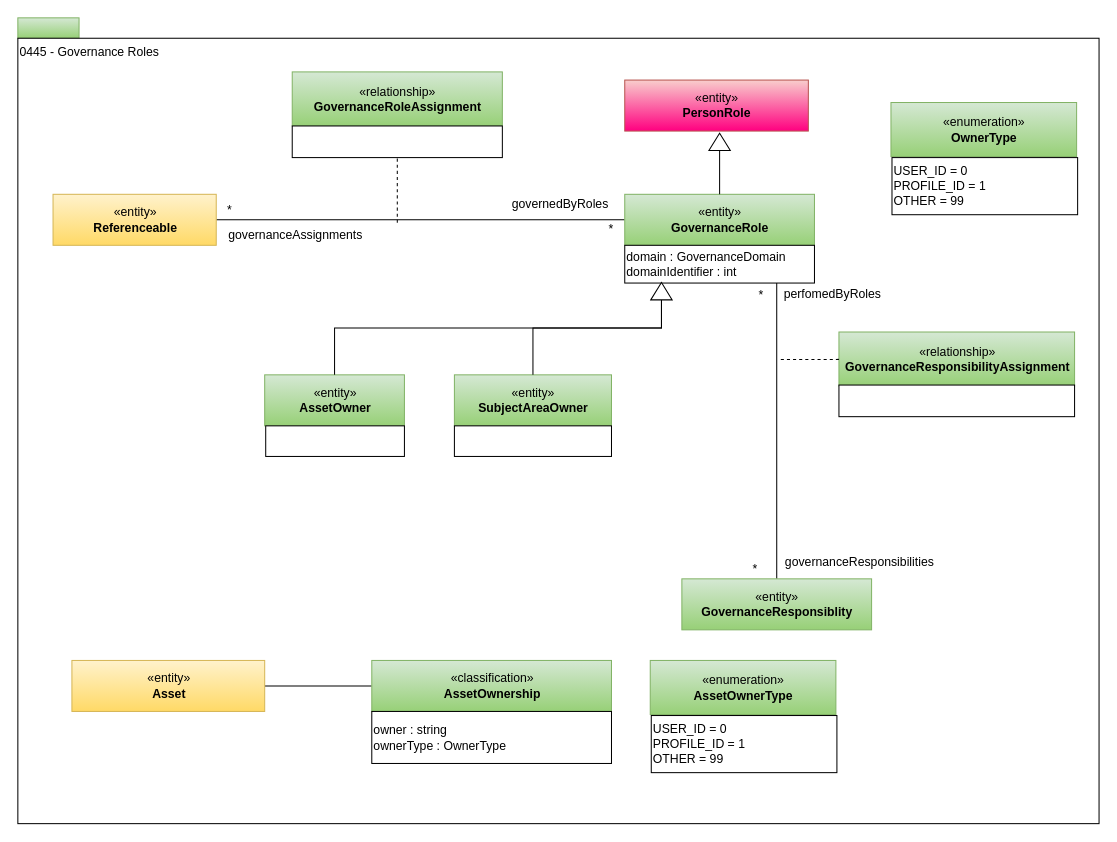
Earlier version of the draw.io diagram page "0445-Governance-Roles" (17 of 28) of open-metadata-publication/website/open-metadata-types/area-4-governance.drawio (odpi/egeria). Source tidied: cells renumbered, new cells numbered last; positions are measured from the earlier drawing's top-left corner, leaving out a move shared by most shapes. Both pictures are drawn from the tidied source at 102%, with x=0, y=0 at pixel (17, 17).
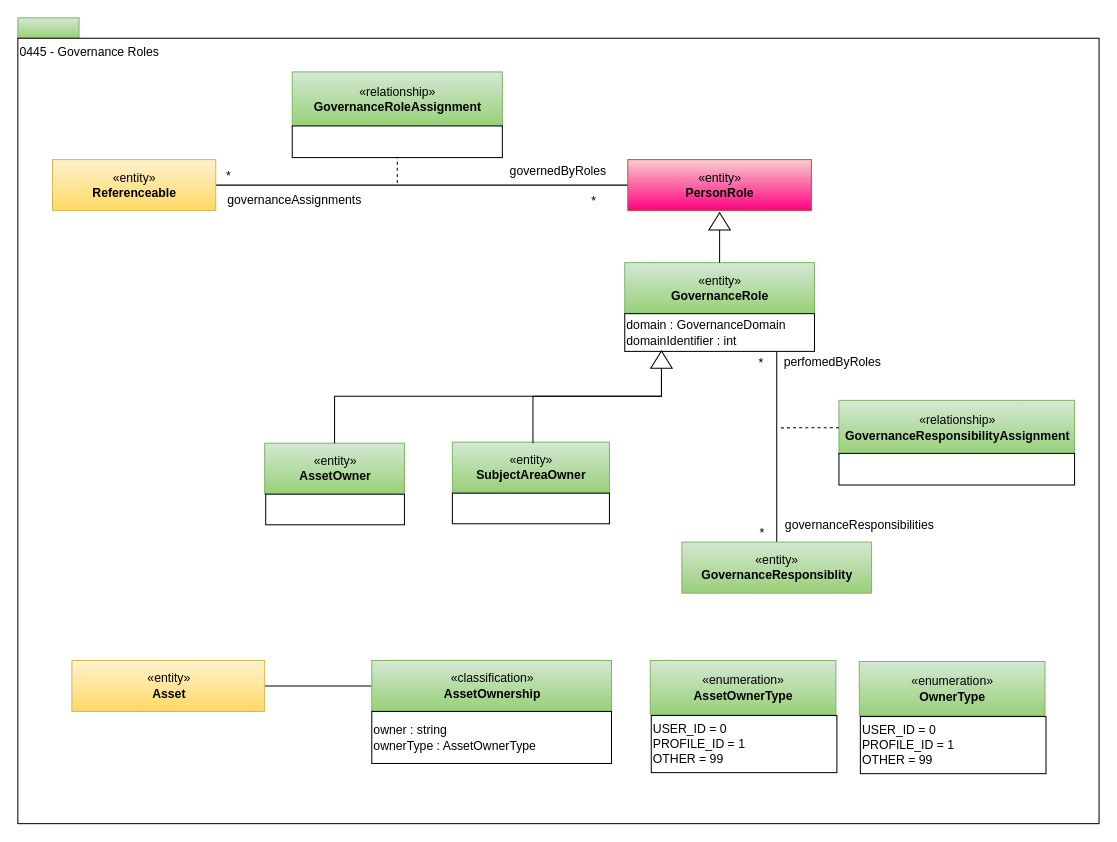
The same page after the edit.

Unchanged cells that the change refers to:
```xml
<mxCell id="8" value="«relationship»&lt;br&gt;&lt;b&gt;GovernanceRoleAssignment&lt;/b&gt;" style="html=1;strokeColor=#82b366;align=center;fillColor=#d5e8d4;gradientColor=#97d077;" parent="1" vertex="1">
  <mxGeometry x="269" y="53" width="206" height="53" as="geometry" />
</mxCell>
<mxCell id="10" style="rounded=0;whiteSpace=wrap;html=1;strokeColor=#000000;gradientColor=#ffffff;align=left;" parent="1" vertex="1">
  <mxGeometry x="269" y="106" width="206" height="31" as="geometry" />
</mxCell>
```

Change to the diagram source:
```diff
@@
-    <mxCell id="4" style="edgeStyle=orthogonalEdgeStyle;rounded=0;html=1;exitX=1;exitY=0.5;entryX=0;entryY=0.5;jettySize=auto;endArrow=none;endFill=0;" parent="1" edge="1" source="5" target="6">
+    <mxCell id="4" style="edgeStyle=orthogonalEdgeStyle;rounded=0;html=1;exitX=1;exitY=0.5;entryX=0;entryY=0.5;jettySize=auto;endArrow=none;endFill=0;entryDx=0;entryDy=0;" parent="1" edge="1" source="5" target="14">
       <mxGeometry relative="1" as="geometry" />
     </mxCell>
     <mxCell id="5" value="«entity»&lt;br&gt;&lt;b&gt;Referenceable&lt;/b&gt;" style="html=1;strokeColor=#d6b656;align=center;fillColor=#fff2cc;gradientColor=#ffd966;" parent="1" vertex="1">
-      <mxGeometry x="34.5" y="173" width="160" height="50" as="geometry" />
+      <mxGeometry x="34" y="139" width="160" height="50" as="geometry" />
     </mxCell>
     <mxCell id="6" value="«entity»&lt;br&gt;&lt;b&gt;GovernanceRole&lt;/b&gt;" style="html=1;strokeColor=#82b366;align=center;fillColor=#d5e8d4;gradientColor=#97d077;" parent="1" vertex="1">
-      <mxGeometry x="595" y="173" width="186" height="50" as="geometry" />
+      <mxGeometry x="595" y="240" width="186" height="50" as="geometry" />
     </mxCell>
     <mxCell id="7" value="*" style="text;html=1;strokeColor=none;fillColor=none;align=center;verticalAlign=middle;whiteSpace=wrap;rounded=0;" parent="1" vertex="1">
-      <mxGeometry x="569" y="198" width="26" height="18" as="geometry" />
+      <mxGeometry x="552" y="171" width="26" height="18" as="geometry" />
     </mxCell>
@@
-    <mxCell id="9" style="endArrow=none;dashed=1;html=1;" parent="1" edge="1" target="8">
+    <mxCell id="9" style="endArrow=none;dashed=1;html=1;entryX=0.5;entryY=1;entryDx=0;entryDy=0;" parent="1" edge="1" target="10">
       <mxGeometry relative="1" as="geometry">
-        <mxPoint x="372" y="201" as="sourcePoint" />
+        <mxPoint x="372" y="162" as="sourcePoint" />
       </mxGeometry>
     </mxCell>
@@
     <mxCell id="11" value="governedByRoles" style="text;html=1;strokeColor=none;fillColor=none;align=center;verticalAlign=middle;whiteSpace=wrap;rounded=0;" parent="1" vertex="1">
-      <mxGeometry x="469" y="173" width="126" height="20" as="geometry" />
+      <mxGeometry x="467" y="141" width="126" height="20" as="geometry" />
     </mxCell>
     <mxCell id="12" value="governanceAssignments" style="text;html=1;strokeColor=none;fillColor=none;align=center;verticalAlign=middle;whiteSpace=wrap;rounded=0;" parent="1" vertex="1">
-      <mxGeometry x="204.5" y="203" width="135" height="20" as="geometry" />
+      <mxGeometry x="204" y="169" width="135" height="20" as="geometry" />
     </mxCell>
     <mxCell id="13" value="*" style="text;html=1;strokeColor=none;fillColor=none;align=center;verticalAlign=middle;whiteSpace=wrap;rounded=0;" parent="1" vertex="1">
-      <mxGeometry x="194.5" y="180" width="26" height="18" as="geometry" />
+      <mxGeometry x="194" y="146" width="26" height="18" as="geometry" />
     </mxCell>
     <mxCell id="14" value="«entity»&lt;br&gt;&lt;b&gt;PersonRole&lt;/b&gt;" style="html=1;strokeColor=#b85450;align=center;fillColor=#f8cecc;gradientColor=#FF0080;" parent="1" vertex="1">
-      <mxGeometry x="595" y="61" width="180" height="50" as="geometry" />
+      <mxGeometry x="598" y="139" width="180" height="50" as="geometry" />
     </mxCell>
@@
     <mxCell id="16" style="triangle;whiteSpace=wrap;html=1;strokeColor=#000000;gradientColor=#ffffff;align=center;rotation=-90;" parent="1" vertex="1">
-      <mxGeometry x="679.5" y="111" width="17" height="21" as="geometry" />
+      <mxGeometry x="679.5" y="189" width="17" height="21" as="geometry" />
     </mxCell>
     <mxCell id="17" style="edgeStyle=orthogonalEdgeStyle;rounded=0;html=1;jettySize=auto;endArrow=none;endFill=0;" parent="1" edge="1" source="26">
       <mxGeometry relative="1" as="geometry">
-        <mxPoint x="744" y="254" as="targetPoint" />
+        <mxPoint x="744" y="290" as="targetPoint" />
       </mxGeometry>
     </mxCell>
     <mxCell id="18" value="*" style="text;html=1;strokeColor=none;fillColor=none;align=center;verticalAlign=middle;whiteSpace=wrap;rounded=0;" parent="1" vertex="1">
-      <mxGeometry x="715.5" y="263" width="26" height="18" as="geometry" />
+      <mxGeometry x="715.5" y="330" width="26" height="18" as="geometry" />
     </mxCell>
     <mxCell id="19" value="«relationship»&lt;br&gt;&lt;b&gt;GovernanceResponsibilityAssignment&lt;/b&gt;" style="html=1;strokeColor=#82b366;align=center;fillColor=#d5e8d4;gradientColor=#97d077;" parent="1" vertex="1">
-      <mxGeometry x="805" y="308" width="231" height="53" as="geometry" />
+      <mxGeometry x="805" y="375" width="231" height="53" as="geometry" />
     </mxCell>
     <mxCell id="20" style="endArrow=none;dashed=1;html=1;" parent="1" edge="1" target="19">
       <mxGeometry relative="1" as="geometry">
-        <mxPoint x="748" y="335" as="sourcePoint" />
+        <mxPoint x="748" y="402" as="sourcePoint" />
       </mxGeometry>
     </mxCell>
     <mxCell id="21" style="rounded=0;whiteSpace=wrap;html=1;strokeColor=#000000;gradientColor=#ffffff;align=left;" parent="1" vertex="1">
-      <mxGeometry x="805" y="360" width="231" height="31" as="geometry" />
+      <mxGeometry x="805" y="427" width="231" height="31" as="geometry" />
     </mxCell>
     <mxCell id="22" value="perfomedByRoles" style="text;html=1;strokeColor=none;fillColor=none;align=center;verticalAlign=middle;whiteSpace=wrap;rounded=0;" parent="1" vertex="1">
-      <mxGeometry x="736" y="261" width="126" height="20" as="geometry" />
+      <mxGeometry x="736" y="328" width="126" height="20" as="geometry" />
     </mxCell>
     <mxCell id="23" value="governanceResponsibilities" style="text;html=1;strokeColor=none;fillColor=none;align=center;verticalAlign=middle;whiteSpace=wrap;rounded=0;" parent="1" vertex="1">
-      <mxGeometry x="758" y="524" width="135" height="20" as="geometry" />
+      <mxGeometry x="758" y="488" width="135" height="20" as="geometry" />
     </mxCell>
     <mxCell id="24" value="*" style="text;html=1;strokeColor=none;fillColor=none;align=center;verticalAlign=middle;whiteSpace=wrap;rounded=0;" parent="1" vertex="1">
-      <mxGeometry x="709.5" y="532" width="26" height="18" as="geometry" />
+      <mxGeometry x="716.5" y="496" width="26" height="18" as="geometry" />
     </mxCell>
     <mxCell id="25" value="domain : GovernanceDomain&lt;br&gt;domainIdentifier : int" style="rounded=0;whiteSpace=wrap;html=1;strokeColor=#000000;gradientColor=#ffffff;align=left;" parent="1" vertex="1">
-      <mxGeometry x="595" y="223" width="186" height="37" as="geometry" />
+      <mxGeometry x="595" y="290" width="186" height="37" as="geometry" />
     </mxCell>
     <mxCell id="26" value="«entity»&lt;br&gt;&lt;b&gt;GovernanceResponsiblity&lt;/b&gt;" style="html=1;strokeColor=#82b366;align=center;fillColor=#d5e8d4;gradientColor=#97d077;" parent="1" vertex="1">
-      <mxGeometry x="651" y="550" width="186" height="50" as="geometry" />
+      <mxGeometry x="651" y="514" width="186" height="50" as="geometry" />
     </mxCell>
     <mxCell id="27" value="«entity»&lt;br&gt;&lt;b&gt;SubjectAreaOwner&lt;/b&gt;" style="html=1;strokeColor=#82b366;align=center;fillColor=#d5e8d4;gradientColor=#97d077;" parent="1" vertex="1">
-      <mxGeometry x="428" y="350" width="154" height="50" as="geometry" />
+      <mxGeometry x="426" y="416" width="154" height="50" as="geometry" />
     </mxCell>
     <mxCell id="28" style="rounded=0;whiteSpace=wrap;html=1;align=left;" parent="1" vertex="1">
-      <mxGeometry x="428" y="400" width="154" height="30" as="geometry" />
+      <mxGeometry x="426" y="466" width="154" height="30" as="geometry" />
     </mxCell>
-    <mxCell id="29" style="edgeStyle=orthogonalEdgeStyle;rounded=0;html=1;exitX=0;exitY=0.5;entryX=0.5;entryY=0;jettySize=auto;endArrow=none;endFill=0;" parent="1" edge="1" source="30" target="27">
+    <mxCell id="29" style="edgeStyle=orthogonalEdgeStyle;rounded=0;html=1;exitX=0;exitY=0.5;entryX=0.5;entryY=0;jettySize=auto;endArrow=none;endFill=0;" parent="1" edge="1" source="30">
       <mxGeometry relative="1" as="geometry">
+        <mxPoint x="505" y="417" as="targetPoint" />
         <Array as="points">
-          <mxPoint x="631" y="304" />
-          <mxPoint x="505" y="304" />
+          <mxPoint x="631" y="371" />
+          <mxPoint x="505" y="371" />
         </Array>
       </mxGeometry>
     </mxCell>
     <mxCell id="30" style="triangle;whiteSpace=wrap;html=1;strokeColor=#000000;gradientColor=#ffffff;align=center;rotation=-90;" parent="1" vertex="1">
-      <mxGeometry x="622.5" y="257.5" width="17" height="21" as="geometry" />
+      <mxGeometry x="622.5" y="324.5" width="17" height="21" as="geometry" />
     </mxCell>
@@
-    <mxCell id="34" value="owner : string&lt;br&gt;ownerType : OwnerType&lt;br&gt;&lt;div style=&quot;text-align: left&quot;&gt;&lt;/div&gt;" style="rounded=0;whiteSpace=wrap;html=1;strokeColor=#000000;gradientColor=#ffffff;align=left;" parent="1" vertex="1">
+    <mxCell id="34" value="owner : string&lt;br&gt;ownerType : AssetOwnerType&lt;br&gt;&lt;div style=&quot;text-align: left&quot;&gt;&lt;/div&gt;" style="rounded=0;whiteSpace=wrap;html=1;strokeColor=#000000;gradientColor=#ffffff;align=left;" parent="1" vertex="1">
       <mxGeometry x="347" y="680" width="235" height="51" as="geometry" />
     </mxCell>
     <mxCell id="35" value="«enumeration»&lt;br&gt;&lt;b&gt;OwnerType&lt;/b&gt;" style="html=1;strokeColor=#82b366;align=center;fillColor=#d5e8d4;gradientColor=#97d077;" parent="1" vertex="1">
-      <mxGeometry x="856" y="83" width="182" height="53" as="geometry" />
+      <mxGeometry x="825" y="631" width="182" height="53" as="geometry" />
     </mxCell>
     <mxCell id="36" value="USER_ID = 0&lt;br&gt;PROFILE_ID = 1&lt;br&gt;OTHER = 99&lt;br&gt;" style="rounded=0;whiteSpace=wrap;html=1;strokeColor=#000000;gradientColor=#ffffff;align=left;" parent="1" vertex="1">
-      <mxGeometry x="857" y="137" width="182" height="56" as="geometry" />
+      <mxGeometry x="826" y="685" width="182" height="56" as="geometry" />
     </mxCell>
     <mxCell id="37" value="«entity»&lt;br&gt;&lt;b&gt;AssetOwner&lt;/b&gt;" style="html=1;strokeColor=#82b366;align=center;fillColor=#d5e8d4;gradientColor=#97d077;" parent="1" vertex="1">
-      <mxGeometry x="242" y="350" width="137" height="50" as="geometry" />
+      <mxGeometry x="242" y="417" width="137" height="50" as="geometry" />
     </mxCell>
     <mxCell id="38" style="rounded=0;whiteSpace=wrap;html=1;align=left;" parent="1" vertex="1">
-      <mxGeometry x="243" y="400" width="136" height="30" as="geometry" />
+      <mxGeometry x="243" y="467" width="136" height="30" as="geometry" />
     </mxCell>
     <mxCell id="39" style="edgeStyle=orthogonalEdgeStyle;rounded=0;html=1;exitX=0;exitY=0.5;entryX=0.5;entryY=0;jettySize=auto;endArrow=none;endFill=0;exitDx=0;exitDy=0;" parent="1" edge="1" source="30" target="37">
       <mxGeometry relative="1" as="geometry">
         <Array as="points">
-          <mxPoint x="631" y="304" />
-          <mxPoint x="311" y="304" />
+          <mxPoint x="631" y="371" />
+          <mxPoint x="311" y="371" />
         </Array>
       </mxGeometry>
     </mxCell>
```
